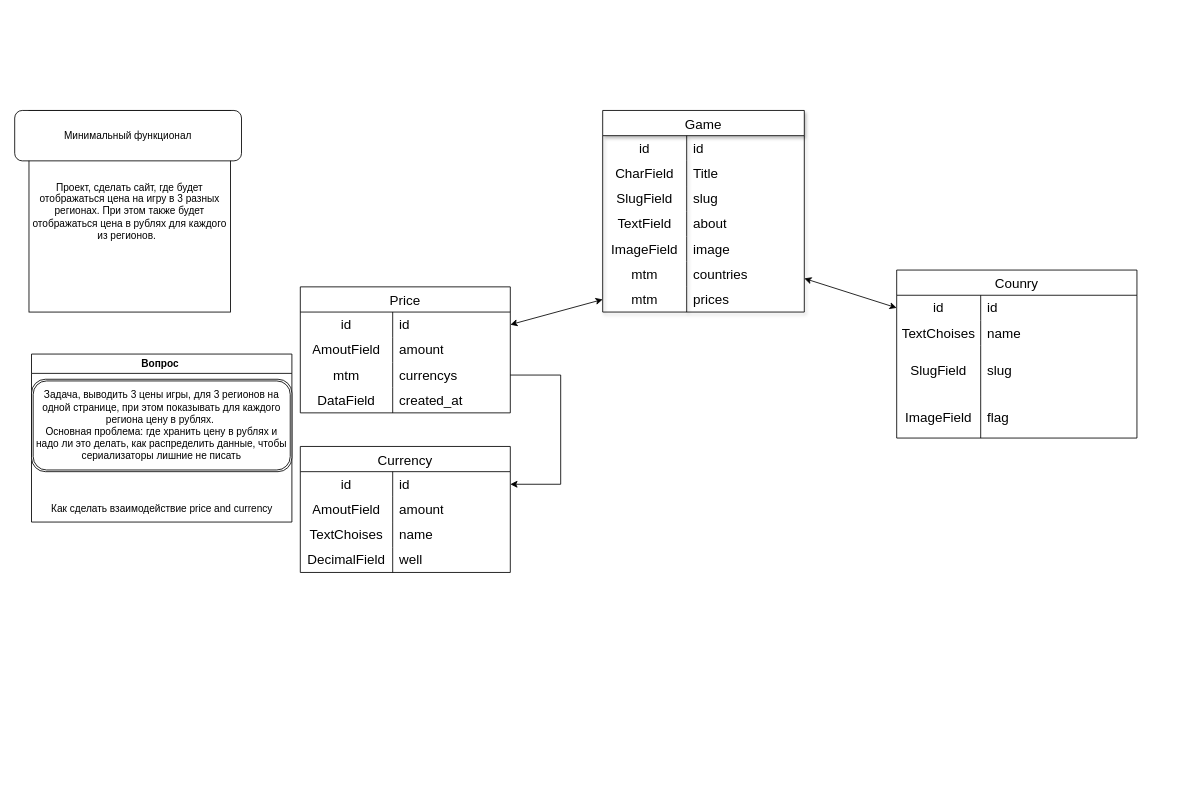
Above: app/Диаграмма без названия.drawio in KeirisTorn/SwitchPrices (draw.io), before the change. Source tidied: cells renumbered, new cells numbered last; positions are measured from the earlier drawing's top-left corner, leaving out a move shared by most shapes. Both pictures are drawn from the tidied source at 84%, with x=0, y=0 at pixel (14, 110).
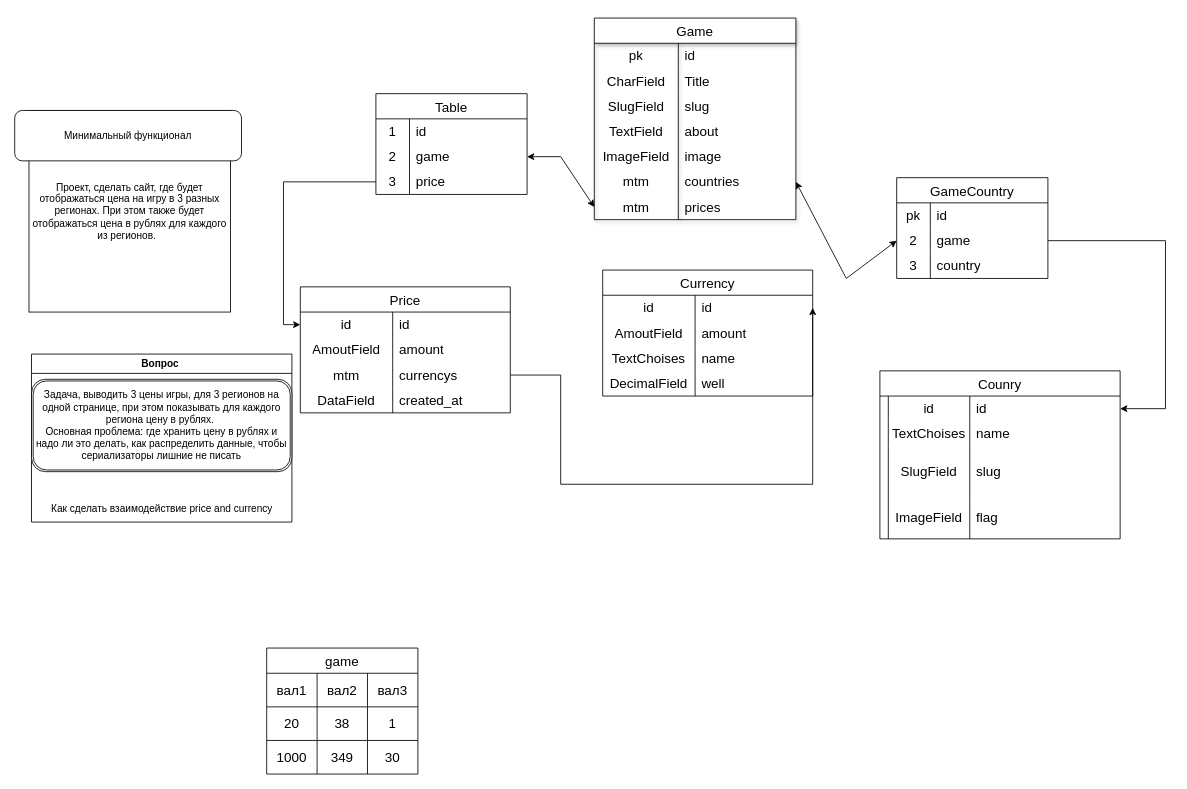
After the change.

The change refers to these unchanged cells:
```xml
<mxCell id="3" style="shape=tableRow;horizontal=0;startSize=0;swimlaneHead=0;swimlaneBody=0;top=0;left=0;bottom=0;right=0;fillColor=none;strokeColor=inherit;fontSize=16;" parent="2" vertex="1">
  <mxGeometry y="30" width="240" height="30" as="geometry" />
</mxCell>
<mxCell id="18" style="shape=tableRow;horizontal=0;startSize=0;swimlaneHead=0;swimlaneBody=0;top=0;left=0;bottom=0;right=0;fillColor=none;points=[[0,0.5],[1,0.5]];portConstraint=eastwest;strokeColor=inherit;fontSize=16;" parent="2" vertex="1">
  <mxGeometry y="180" width="240" height="30" as="geometry" />
</mxCell>
<mxCell id="21" style="shape=tableRow;horizontal=0;startSize=0;swimlaneHead=0;swimlaneBody=0;top=0;left=0;bottom=0;right=0;fillColor=none;points=[[0,0.5],[1,0.5]];portConstraint=eastwest;strokeColor=inherit;fontSize=16;" parent="2" vertex="1">
  <mxGeometry y="210" width="240" height="30" as="geometry" />
</mxCell>
<mxCell id="39" style="shape=tableRow;horizontal=0;startSize=0;swimlaneHead=0;swimlaneBody=0;top=0;left=0;bottom=0;right=0;fillColor=none;points=[[0,0.5],[1,0.5]];portConstraint=eastwest;strokeColor=inherit;fontSize=16;" parent="38" vertex="1">
  <mxGeometry y="30" width="250" height="30" as="geometry" />
</mxCell>
```

Diff of the diagram source:
```diff
@@
     <mxCell id="2" value="Game" style="shape=table;startSize=30;childLayout=tableLayout;rowLines=0;fontStyle=0;strokeColor=default;fontSize=16;shadow=1;" parent="1" vertex="1">
-      <mxGeometry x="700" width="240" height="240" as="geometry" />
+      <mxGeometry x="690" y="-110" width="240" height="240" as="geometry" />
     </mxCell>
@@
-    <mxCell id="4" value="id" style="shape=partialRectangle;html=1;whiteSpace=wrap;fillColor=none;top=0;left=0;bottom=0;right=0;overflow=hidden;strokeColor=inherit;fontSize=16;" parent="3" vertex="1">
+    <mxCell id="4" value="pk" style="shape=partialRectangle;html=1;whiteSpace=wrap;fillColor=none;top=0;left=0;bottom=0;right=0;overflow=hidden;strokeColor=inherit;fontSize=16;" parent="3" vertex="1">
       <mxGeometry width="100" height="30" as="geometry" />
     </mxCell>
@@
     <mxCell id="24" value="Counry" style="shape=table;startSize=30;childLayout=tableLayout;rowLines=0;fontStyle=0;strokeColor=default;fontSize=16;" parent="1" vertex="1">
-      <mxGeometry x="1050" y="190" width="286" height="200" as="geometry" />
+      <mxGeometry x="1030" y="310" width="286" height="200" as="geometry" />
     </mxCell>
-    <mxCell id="25" style="shape=tableRow;horizontal=0;startSize=0;swimlaneHead=0;swimlaneBody=0;top=0;left=0;bottom=0;right=0;fillColor=none;points=[[0,0.5],[1,0.5]];portConstraint=eastwest;strokeColor=inherit;fontSize=16;" parent="24" vertex="1">
+    <mxCell id="25" style="shape=tableRow;horizontal=0;startSize=10;swimlaneHead=0;swimlaneBody=0;top=0;left=0;bottom=0;right=0;fillColor=none;points=[[0,0.5],[1,0.5]];portConstraint=eastwest;strokeColor=inherit;fontSize=16;" parent="24" vertex="1">
       <mxGeometry y="30" width="286" height="30" as="geometry" />
     </mxCell>
     <mxCell id="26" value="id" style="shape=partialRectangle;html=1;whiteSpace=wrap;fillColor=none;top=0;left=0;bottom=0;right=0;overflow=hidden;strokeColor=inherit;fontSize=16;" parent="25" vertex="1">
-      <mxGeometry width="100" height="30" as="geometry" />
+      <mxGeometry x="10" width="97" height="30" as="geometry" />
     </mxCell>
     <mxCell id="27" value="id" style="shape=partialRectangle;html=1;whiteSpace=wrap;fillColor=none;top=0;left=0;bottom=0;right=0;align=left;spacingLeft=6;overflow=hidden;strokeColor=inherit;fontSize=16;" parent="25" vertex="1">
-      <mxGeometry x="100" width="186" height="30" as="geometry" />
+      <mxGeometry x="107" width="179" height="30" as="geometry" />
     </mxCell>
-    <mxCell id="28" style="shape=tableRow;horizontal=0;startSize=0;swimlaneHead=0;swimlaneBody=0;top=0;left=0;bottom=0;right=0;fillColor=none;strokeColor=inherit;fontSize=16;" parent="24" vertex="1">
+    <mxCell id="28" style="shape=tableRow;horizontal=0;startSize=10;swimlaneHead=0;swimlaneBody=0;top=0;left=0;bottom=0;right=0;fillColor=none;strokeColor=inherit;fontSize=16;" parent="24" vertex="1">
       <mxGeometry y="60" width="286" height="30" as="geometry" />
     </mxCell>
     <mxCell id="29" value="TextChoises" style="shape=partialRectangle;html=1;whiteSpace=wrap;fillColor=none;top=0;left=0;bottom=0;right=0;overflow=hidden;strokeColor=inherit;fontSize=16;" parent="28" vertex="1">
-      <mxGeometry width="100" height="30" as="geometry" />
+      <mxGeometry x="10" width="97" height="30" as="geometry" />
     </mxCell>
     <mxCell id="30" value="name" style="shape=partialRectangle;html=1;whiteSpace=wrap;fillColor=none;top=0;left=0;bottom=0;right=0;align=left;spacingLeft=6;overflow=hidden;strokeColor=inherit;fontSize=16;" parent="28" vertex="1">
-      <mxGeometry x="100" width="186" height="30" as="geometry" />
+      <mxGeometry x="107" width="179" height="30" as="geometry" />
     </mxCell>
-    <mxCell id="31" style="shape=tableRow;horizontal=0;startSize=0;swimlaneHead=0;swimlaneBody=0;top=0;left=0;bottom=0;right=0;fillColor=none;strokeColor=inherit;fontSize=16;" parent="24" vertex="1">
+    <mxCell id="31" style="shape=tableRow;horizontal=0;startSize=10;swimlaneHead=0;swimlaneBody=0;top=0;left=0;bottom=0;right=0;fillColor=none;strokeColor=inherit;fontSize=16;" parent="24" vertex="1">
       <mxGeometry y="90" width="286" height="60" as="geometry" />
     </mxCell>
     <mxCell id="32" value="SlugField" style="shape=partialRectangle;html=1;whiteSpace=wrap;fillColor=none;top=0;left=0;bottom=0;right=0;overflow=hidden;strokeColor=inherit;fontSize=16;" parent="31" vertex="1">
-      <mxGeometry width="100" height="60" as="geometry" />
+      <mxGeometry x="10" width="97" height="60" as="geometry" />
     </mxCell>
     <mxCell id="33" value="slug" style="shape=partialRectangle;html=1;whiteSpace=wrap;fillColor=none;top=0;left=0;bottom=0;right=0;align=left;spacingLeft=6;overflow=hidden;strokeColor=inherit;fontSize=16;" parent="31" vertex="1">
-      <mxGeometry x="100" width="186" height="60" as="geometry" />
+      <mxGeometry x="107" width="179" height="60" as="geometry" />
     </mxCell>
-    <mxCell id="34" style="shape=tableRow;horizontal=0;startSize=0;swimlaneHead=0;swimlaneBody=0;top=0;left=0;bottom=0;right=0;fillColor=none;strokeColor=inherit;fontSize=16;" parent="24" vertex="1">
+    <mxCell id="34" style="shape=tableRow;horizontal=0;startSize=10;swimlaneHead=0;swimlaneBody=0;top=0;left=0;bottom=0;right=0;fillColor=none;strokeColor=inherit;fontSize=16;" parent="24" vertex="1">
       <mxGeometry y="150" width="286" height="50" as="geometry" />
     </mxCell>
     <mxCell id="35" value="ImageField" style="shape=partialRectangle;html=1;whiteSpace=wrap;fillColor=none;top=0;left=0;bottom=0;right=0;overflow=hidden;strokeColor=inherit;fontSize=16;" parent="34" vertex="1">
-      <mxGeometry width="100" height="50" as="geometry" />
+      <mxGeometry x="10" width="97" height="50" as="geometry" />
     </mxCell>
     <mxCell id="36" value="flag&amp;nbsp;" style="shape=partialRectangle;html=1;whiteSpace=wrap;fillColor=none;top=0;left=0;bottom=0;right=0;align=left;spacingLeft=6;overflow=hidden;strokeColor=inherit;fontSize=16;" parent="34" vertex="1">
-      <mxGeometry x="100" width="186" height="50" as="geometry" />
+      <mxGeometry x="107" width="179" height="50" as="geometry" />
     </mxCell>
-    <mxCell id="37" style="endArrow=classic;startArrow=classic;html=1;rounded=0;entryX=0;entryY=0.5;entryDx=0;entryDy=0;" parent="1" edge="1" target="25">
+    <mxCell id="37" style="endArrow=classic;startArrow=classic;html=1;rounded=0;entryX=0;entryY=0.5;entryDx=0;entryDy=0;exitX=1;exitY=0.5;exitDx=0;exitDy=0;" parent="1" edge="1" source="18" target="75">
       <mxGeometry relative="1" as="geometry">
-        <mxPoint x="940" y="200" as="sourcePoint" />
+        <Array as="points">
+          <mxPoint x="990" y="200" />
+        </Array>
       </mxGeometry>
     </mxCell>
@@
-    <mxCell id="51" style="endArrow=classic;startArrow=classic;html=1;rounded=0;exitX=1;exitY=0.5;exitDx=0;exitDy=0;entryX=0;entryY=0.5;entryDx=0;entryDy=0;" parent="1" edge="1" source="39" target="21">
-      <mxGeometry relative="1" as="geometry" />
+    <mxCell id="51" style="endArrow=classic;startArrow=classic;html=1;rounded=0;exitX=1;exitY=0.5;exitDx=0;exitDy=0;entryX=0;entryY=0.5;entryDx=0;entryDy=0;" parent="1" edge="1" source="86" target="21">
+      <mxGeometry relative="1" as="geometry">
+        <Array as="points">
+          <mxPoint x="650" y="55" />
+        </Array>
+      </mxGeometry>
     </mxCell>
     <mxCell id="52" value="Currency" style="shape=table;startSize=30;childLayout=tableLayout;rowLines=0;fontStyle=0;strokeColor=default;fontSize=16;" parent="1" vertex="1">
-      <mxGeometry x="340" y="400" width="250" height="150" as="geometry" />
+      <mxGeometry x="700" y="190" width="250" height="150" as="geometry" />
     </mxCell>
@@
+    <mxCell id="71" value="GameCountry" style="shape=table;startSize=30;childLayout=tableLayout;rowLines=0;fontStyle=0;strokeColor=default;fontSize=16;" parent="1" vertex="1">
+      <mxGeometry x="1050" y="80" width="180" height="120" as="geometry" />
+    </mxCell>
+    <mxCell id="72" style="shape=tableRow;horizontal=0;startSize=0;swimlaneHead=0;swimlaneBody=0;top=0;left=0;bottom=0;right=0;fillColor=none;strokeColor=inherit;fontSize=16;" parent="71" vertex="1">
+      <mxGeometry y="30" width="180" height="30" as="geometry" />
+    </mxCell>
+    <mxCell id="73" value="pk" style="shape=partialRectangle;html=1;whiteSpace=wrap;fillColor=none;top=0;left=0;bottom=0;right=0;overflow=hidden;strokeColor=inherit;fontSize=16;" parent="72" vertex="1">
+      <mxGeometry width="40" height="30" as="geometry" />
+    </mxCell>
+    <mxCell id="74" value="id" style="shape=partialRectangle;html=1;whiteSpace=wrap;fillColor=none;top=0;left=0;bottom=0;right=0;align=left;spacingLeft=6;overflow=hidden;strokeColor=inherit;fontSize=16;" parent="72" vertex="1">
+      <mxGeometry x="40" width="140" height="30" as="geometry" />
+    </mxCell>
+    <mxCell id="75" style="shape=tableRow;horizontal=0;startSize=0;swimlaneHead=0;swimlaneBody=0;top=0;left=0;bottom=0;right=0;fillColor=none;points=[[0,0.5],[1,0.5]];portConstraint=eastwest;strokeColor=inherit;fontSize=16;" parent="71" vertex="1">
+      <mxGeometry y="60" width="180" height="30" as="geometry" />
+    </mxCell>
+    <mxCell id="76" value="2" style="shape=partialRectangle;html=1;whiteSpace=wrap;fillColor=none;top=0;left=0;bottom=0;right=0;overflow=hidden;strokeColor=inherit;fontSize=16;" parent="75" vertex="1">
+      <mxGeometry width="40" height="30" as="geometry" />
+    </mxCell>
+    <mxCell id="77" value="game" style="shape=partialRectangle;html=1;whiteSpace=wrap;fillColor=none;top=0;left=0;bottom=0;right=0;align=left;spacingLeft=6;overflow=hidden;strokeColor=inherit;fontSize=16;" parent="75" vertex="1">
+      <mxGeometry x="40" width="140" height="30" as="geometry" />
+    </mxCell>
+    <mxCell id="78" style="shape=tableRow;horizontal=0;startSize=0;swimlaneHead=0;swimlaneBody=0;top=0;left=0;bottom=0;right=0;fillColor=none;strokeColor=inherit;fontSize=16;" parent="71" vertex="1">
+      <mxGeometry y="90" width="180" height="30" as="geometry" />
+    </mxCell>
+    <mxCell id="79" value="3" style="shape=partialRectangle;html=1;whiteSpace=wrap;fillColor=none;top=0;left=0;bottom=0;right=0;overflow=hidden;strokeColor=inherit;fontSize=16;" parent="78" vertex="1">
+      <mxGeometry width="40" height="30" as="geometry" />
+    </mxCell>
+    <mxCell id="80" value="country" style="shape=partialRectangle;html=1;whiteSpace=wrap;fillColor=none;top=0;left=0;bottom=0;right=0;align=left;spacingLeft=6;overflow=hidden;strokeColor=inherit;fontSize=16;" parent="78" vertex="1">
+      <mxGeometry x="40" width="140" height="30" as="geometry" />
+    </mxCell>
+    <mxCell id="81" style="edgeStyle=orthogonalEdgeStyle;rounded=0;jettySize=auto;html=1;entryX=1;entryY=0.5;entryDx=0;entryDy=0;" parent="1" edge="1" source="75" target="25">
+      <mxGeometry relative="1" as="geometry">
+        <Array as="points">
+          <mxPoint x="1370" y="155" />
+          <mxPoint x="1370" y="355" />
+        </Array>
+      </mxGeometry>
+    </mxCell>
+    <mxCell id="82" value="Table" style="shape=table;startSize=30;childLayout=tableLayout;rowLines=0;fontStyle=0;strokeColor=default;fontSize=16;" parent="1" vertex="1">
+      <mxGeometry x="430" y="-20" width="180" height="120" as="geometry" />
+    </mxCell>
+    <mxCell id="83" style="shape=tableRow;horizontal=0;startSize=0;swimlaneHead=0;swimlaneBody=0;top=0;left=0;bottom=0;right=0;fillColor=none;strokeColor=inherit;fontSize=16;" parent="82" vertex="1">
+      <mxGeometry y="30" width="180" height="30" as="geometry" />
+    </mxCell>
+    <mxCell id="84" value="1" style="shape=partialRectangle;html=1;whiteSpace=wrap;fillColor=none;top=0;left=0;bottom=0;right=0;overflow=hidden;strokeColor=inherit;fontSize=16;" parent="83" vertex="1">
+      <mxGeometry width="40" height="30" as="geometry" />
+    </mxCell>
+    <mxCell id="85" value="id" style="shape=partialRectangle;html=1;whiteSpace=wrap;fillColor=none;top=0;left=0;bottom=0;right=0;align=left;spacingLeft=6;overflow=hidden;strokeColor=inherit;fontSize=16;" parent="83" vertex="1">
+      <mxGeometry x="40" width="140" height="30" as="geometry" />
+    </mxCell>
+    <mxCell id="86" style="shape=tableRow;horizontal=0;startSize=0;swimlaneHead=0;swimlaneBody=0;top=0;left=0;bottom=0;right=0;fillColor=none;points=[[0,0.5],[1,0.5]];portConstraint=eastwest;strokeColor=inherit;fontSize=16;" parent="82" vertex="1">
+      <mxGeometry y="60" width="180" height="30" as="geometry" />
+    </mxCell>
+    <mxCell id="87" value="2" style="shape=partialRectangle;html=1;whiteSpace=wrap;fillColor=none;top=0;left=0;bottom=0;right=0;overflow=hidden;strokeColor=inherit;fontSize=16;" parent="86" vertex="1">
+      <mxGeometry width="40" height="30" as="geometry" />
+    </mxCell>
+    <mxCell id="88" value="game" style="shape=partialRectangle;html=1;whiteSpace=wrap;fillColor=none;top=0;left=0;bottom=0;right=0;align=left;spacingLeft=6;overflow=hidden;strokeColor=inherit;fontSize=16;" parent="86" vertex="1">
+      <mxGeometry x="40" width="140" height="30" as="geometry" />
+    </mxCell>
+    <mxCell id="89" style="shape=tableRow;horizontal=0;startSize=0;swimlaneHead=0;swimlaneBody=0;top=0;left=0;bottom=0;right=0;fillColor=none;points=[[0,0.5],[1,0.5]];portConstraint=eastwest;strokeColor=inherit;fontSize=16;" parent="82" vertex="1">
+      <mxGeometry y="90" width="180" height="30" as="geometry" />
+    </mxCell>
+    <mxCell id="90" value="3" style="shape=partialRectangle;html=1;whiteSpace=wrap;fillColor=none;top=0;left=0;bottom=0;right=0;overflow=hidden;strokeColor=inherit;fontSize=16;" parent="89" vertex="1">
+      <mxGeometry width="40" height="30" as="geometry" />
+    </mxCell>
+    <mxCell id="91" value="price" style="shape=partialRectangle;html=1;whiteSpace=wrap;fillColor=none;top=0;left=0;bottom=0;right=0;align=left;spacingLeft=6;overflow=hidden;strokeColor=inherit;fontSize=16;" parent="89" vertex="1">
+      <mxGeometry x="40" width="140" height="30" as="geometry" />
+    </mxCell>
+    <mxCell id="92" style="edgeStyle=orthogonalEdgeStyle;rounded=0;jettySize=auto;html=1;entryX=0;entryY=0.5;entryDx=0;entryDy=0;" parent="1" edge="1" source="89" target="39">
+      <mxGeometry relative="1" as="geometry" />
+    </mxCell>
+    <mxCell id="93" value="game" style="shape=table;startSize=30;childLayout=tableLayout;strokeColor=default;fontSize=16;" parent="1" vertex="1">
+      <mxGeometry x="300" y="640" width="180" height="150" as="geometry" />
+    </mxCell>
+    <mxCell id="94" style="shape=tableRow;horizontal=0;startSize=0;swimlaneHead=0;swimlaneBody=0;strokeColor=inherit;top=0;left=0;bottom=0;right=0;fillColor=none;fontSize=16;" parent="93" vertex="1">
+      <mxGeometry y="30" width="180" height="40" as="geometry" />
+    </mxCell>
+    <mxCell id="95" value="вал1" style="shape=partialRectangle;html=1;whiteSpace=wrap;strokeColor=inherit;overflow=hidden;fillColor=none;top=0;left=0;bottom=0;right=0;fontSize=16;" parent="94" vertex="1">
+      <mxGeometry width="60" height="40" as="geometry" />
+    </mxCell>
+    <mxCell id="96" value="вал2" style="shape=partialRectangle;html=1;whiteSpace=wrap;strokeColor=inherit;overflow=hidden;fillColor=none;top=0;left=0;bottom=0;right=0;fontSize=16;" parent="94" vertex="1">
+      <mxGeometry x="60" width="60" height="40" as="geometry" />
+    </mxCell>
+    <mxCell id="97" value="вал3" style="shape=partialRectangle;html=1;whiteSpace=wrap;strokeColor=inherit;overflow=hidden;fillColor=none;top=0;left=0;bottom=0;right=0;fontSize=16;" parent="94" vertex="1">
+      <mxGeometry x="120" width="60" height="40" as="geometry" />
+    </mxCell>
+    <mxCell id="98" style="shape=tableRow;horizontal=0;startSize=0;swimlaneHead=0;swimlaneBody=0;strokeColor=inherit;top=0;left=0;bottom=0;right=0;fillColor=none;fontSize=16;" parent="93" vertex="1">
+      <mxGeometry y="70" width="180" height="40" as="geometry" />
+    </mxCell>
+    <mxCell id="99" value="20" style="shape=partialRectangle;html=1;whiteSpace=wrap;strokeColor=inherit;overflow=hidden;fillColor=none;top=0;left=0;bottom=0;right=0;fontSize=16;" parent="98" vertex="1">
+      <mxGeometry width="60" height="40" as="geometry" />
+    </mxCell>
+    <mxCell id="100" value="38" style="shape=partialRectangle;html=1;whiteSpace=wrap;strokeColor=inherit;overflow=hidden;fillColor=none;top=0;left=0;bottom=0;right=0;fontSize=16;" parent="98" vertex="1">
+      <mxGeometry x="60" width="60" height="40" as="geometry" />
+    </mxCell>
+    <mxCell id="101" value="1" style="shape=partialRectangle;html=1;whiteSpace=wrap;strokeColor=inherit;overflow=hidden;fillColor=none;top=0;left=0;bottom=0;right=0;fontSize=16;" parent="98" vertex="1">
+      <mxGeometry x="120" width="60" height="40" as="geometry" />
+    </mxCell>
+    <mxCell id="102" style="shape=tableRow;horizontal=0;startSize=0;swimlaneHead=0;swimlaneBody=0;strokeColor=inherit;top=0;left=0;bottom=0;right=0;fillColor=none;fontSize=16;" parent="93" vertex="1">
+      <mxGeometry y="110" width="180" height="40" as="geometry" />
+    </mxCell>
+    <mxCell id="103" value="1000" style="shape=partialRectangle;html=1;whiteSpace=wrap;strokeColor=inherit;overflow=hidden;fillColor=none;top=0;left=0;bottom=0;right=0;fontSize=16;" parent="102" vertex="1">
+      <mxGeometry width="60" height="40" as="geometry" />
+    </mxCell>
+    <mxCell id="104" value="349" style="shape=partialRectangle;html=1;whiteSpace=wrap;strokeColor=inherit;overflow=hidden;fillColor=none;top=0;left=0;bottom=0;right=0;fontSize=16;" parent="102" vertex="1">
+      <mxGeometry x="60" width="60" height="40" as="geometry" />
+    </mxCell>
+    <mxCell id="105" value="30" style="shape=partialRectangle;html=1;whiteSpace=wrap;strokeColor=inherit;overflow=hidden;fillColor=none;top=0;left=0;bottom=0;right=0;fontSize=16;" parent="102" vertex="1">
+      <mxGeometry x="120" width="60" height="40" as="geometry" />
+    </mxCell>
```
